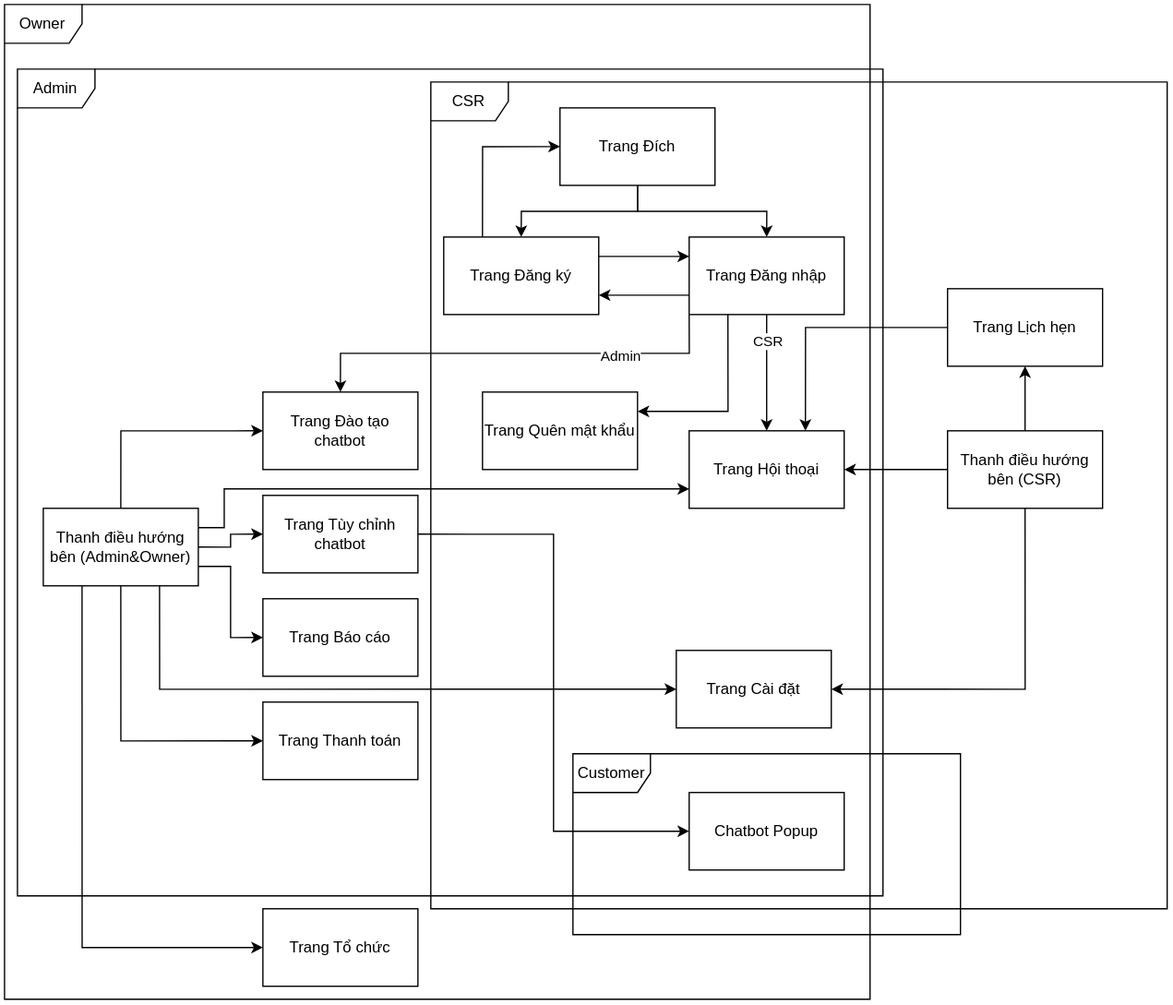
Above: Figma/Screens-Flow-Diagram.svg in DavidNguyen2212/DACN-TN_Chatbot_for_Enterprise (draw.io), before the change. Source tidied: cells renumbered, new cells last; positions are measured from the earlier drawing's top-left corner, leaving out a move shared by most shapes.
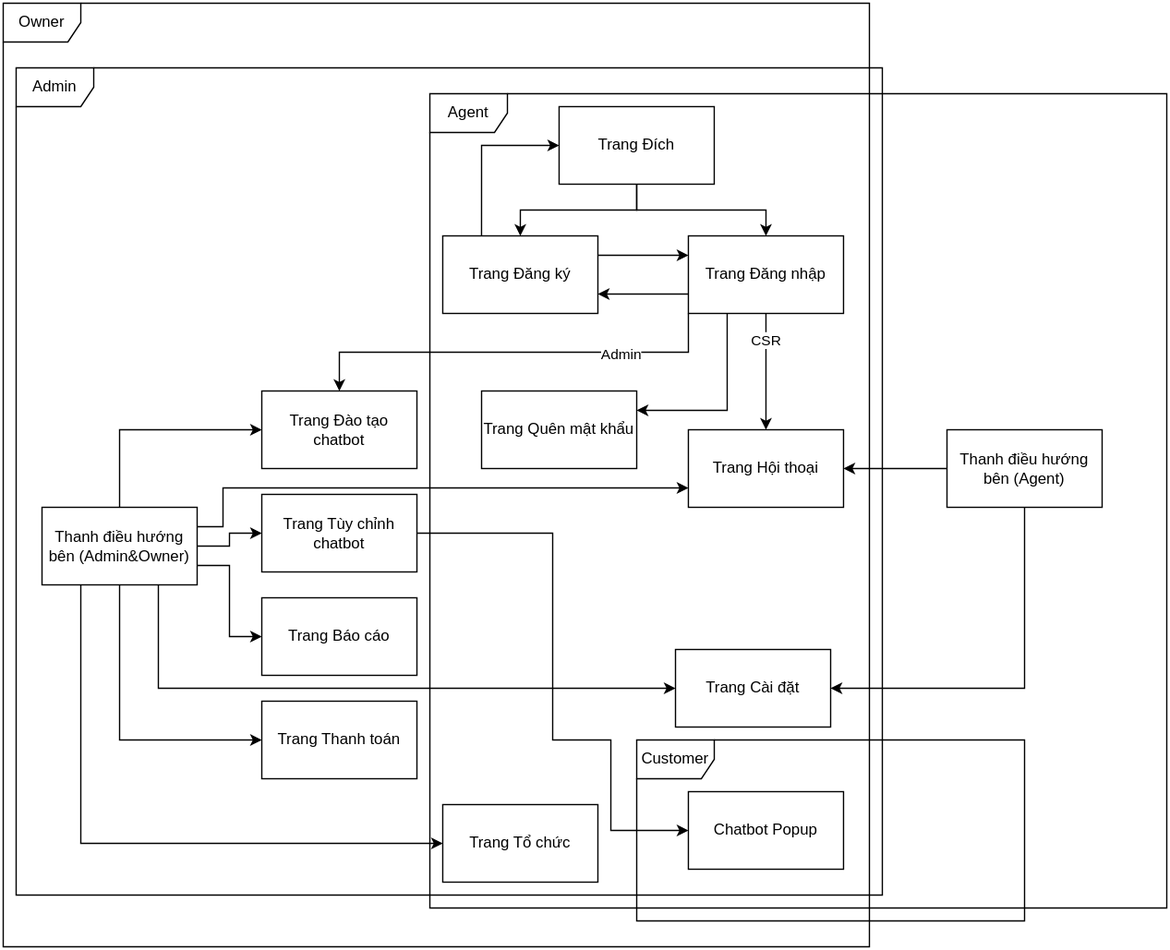
The same file after the commit.

What changed in the source:
```diff
@@ -1,92 +1,93 @@
 <mxGraphModel>
   <root>
-    <mxCell id="0" />
-    <mxCell id="1" parent="0" />
+    <mxCell id="43" />
+    <mxCell id="44" parent="43" />
-    <mxCell id="2" style="edgeStyle=orthogonalEdgeStyle;rounded=0;jettySize=auto;html=1;exitX=0.5;exitY=1;exitDx=0;exitDy=0;entryX=0.5;entryY=0;entryDx=0;entryDy=0;" parent="1" edge="1" source="4" target="14">
+    <mxCell id="2" style="edgeStyle=orthogonalEdgeStyle;rounded=0;jettySize=auto;html=1;exitX=0.5;exitY=1;exitDx=0;exitDy=0;entryX=0.5;entryY=0;entryDx=0;entryDy=0;" parent="44" edge="1" source="4" target="14">
       <mxGeometry relative="1" as="geometry" />
     </mxCell>
-    <mxCell id="3" style="edgeStyle=orthogonalEdgeStyle;rounded=0;jettySize=auto;html=1;entryX=0.5;entryY=0;entryDx=0;entryDy=0;" parent="1" edge="1" source="4" target="11">
+    <mxCell id="3" style="edgeStyle=orthogonalEdgeStyle;rounded=0;jettySize=auto;html=1;entryX=0.5;entryY=0;entryDx=0;entryDy=0;" parent="44" edge="1" source="4" target="11">
       <mxGeometry relative="1" as="geometry" />
     </mxCell>
-    <mxCell id="4" value="Trang Đích" style="rounded=0;whiteSpace=wrap;html=1;" parent="1" vertex="1">
+    <mxCell id="4" value="Trang Đích" style="rounded=0;whiteSpace=wrap;html=1;" parent="44" vertex="1">
       <mxGeometry x="430" y="80" width="120" height="60" as="geometry" />
     </mxCell>
-    <mxCell id="5" style="edgeStyle=orthogonalEdgeStyle;rounded=0;jettySize=auto;html=1;exitX=0;exitY=0.75;exitDx=0;exitDy=0;entryX=1;entryY=0.75;entryDx=0;entryDy=0;" parent="1" edge="1" source="11" target="14">
+    <mxCell id="5" style="edgeStyle=orthogonalEdgeStyle;rounded=0;jettySize=auto;html=1;exitX=0;exitY=0.75;exitDx=0;exitDy=0;entryX=1;entryY=0.75;entryDx=0;entryDy=0;" parent="44" edge="1" source="11" target="14">
       <mxGeometry relative="1" as="geometry" />
     </mxCell>
-    <mxCell id="6" style="edgeStyle=orthogonalEdgeStyle;rounded=0;jettySize=auto;html=1;exitX=0.5;exitY=1;exitDx=0;exitDy=0;entryX=0.5;entryY=0;entryDx=0;entryDy=0;" parent="1" edge="1" source="11" target="15">
+    <mxCell id="6" style="edgeStyle=orthogonalEdgeStyle;rounded=0;jettySize=auto;html=1;exitX=0.5;exitY=1;exitDx=0;exitDy=0;entryX=0.5;entryY=0;entryDx=0;entryDy=0;" parent="44" edge="1" source="11" target="15">
       <mxGeometry relative="1" as="geometry" />
     </mxCell>
     <mxCell id="7" value="CSR" style="edgeLabel;html=1;align=center;verticalAlign=middle;" parent="6" vertex="1">
       <mxGeometry x="-0.57" relative="1" as="geometry" />
     </mxCell>
-    <mxCell id="8" style="edgeStyle=orthogonalEdgeStyle;rounded=0;jettySize=auto;html=1;exitX=0;exitY=1;exitDx=0;exitDy=0;entryX=0.5;entryY=0;entryDx=0;entryDy=0;" parent="1" edge="1" source="11" target="21">
+    <mxCell id="8" style="edgeStyle=orthogonalEdgeStyle;rounded=0;jettySize=auto;html=1;exitX=0;exitY=1;exitDx=0;exitDy=0;entryX=0.5;entryY=0;entryDx=0;entryDy=0;" parent="44" edge="1" source="11" target="21">
       <mxGeometry relative="1" as="geometry" />
     </mxCell>
     <mxCell id="9" value="Admin" style="edgeLabel;html=1;align=center;verticalAlign=middle;" parent="8" vertex="1">
       <mxGeometry x="-0.49" y="1" relative="1" as="geometry" />
     </mxCell>
-    <mxCell id="10" style="edgeStyle=orthogonalEdgeStyle;rounded=0;jettySize=auto;html=1;exitX=0.25;exitY=1;exitDx=0;exitDy=0;entryX=1;entryY=0.25;entryDx=0;entryDy=0;" parent="1" edge="1" source="11" target="42">
+    <mxCell id="10" style="edgeStyle=orthogonalEdgeStyle;rounded=0;jettySize=auto;html=1;exitX=0.25;exitY=1;exitDx=0;exitDy=0;entryX=1;entryY=0.25;entryDx=0;entryDy=0;" parent="44" edge="1" source="11" target="42">
       <mxGeometry relative="1" as="geometry" />
     </mxCell>
-    <mxCell id="11" value="Trang Đăng nhập" style="rounded=0;whiteSpace=wrap;html=1;" parent="1" vertex="1">
+    <mxCell id="11" value="Trang Đăng nhập" style="rounded=0;whiteSpace=wrap;html=1;" parent="44" vertex="1">
       <mxGeometry x="530" y="180" width="120" height="60" as="geometry" />
     </mxCell>
-    <mxCell id="12" style="edgeStyle=orthogonalEdgeStyle;rounded=0;jettySize=auto;html=1;exitX=1;exitY=0.25;exitDx=0;exitDy=0;entryX=0;entryY=0.25;entryDx=0;entryDy=0;" parent="1" edge="1" source="14" target="11">
+    <mxCell id="12" style="edgeStyle=orthogonalEdgeStyle;rounded=0;jettySize=auto;html=1;exitX=1;exitY=0.25;exitDx=0;exitDy=0;entryX=0;entryY=0.25;entryDx=0;entryDy=0;" parent="44" edge="1" source="14" target="11">
       <mxGeometry relative="1" as="geometry" />
     </mxCell>
-    <mxCell id="13" style="edgeStyle=orthogonalEdgeStyle;rounded=0;jettySize=auto;html=1;exitX=0.25;exitY=0;exitDx=0;exitDy=0;entryX=0;entryY=0.5;entryDx=0;entryDy=0;" parent="1" edge="1" source="14" target="4">
+    <mxCell id="13" style="edgeStyle=orthogonalEdgeStyle;rounded=0;jettySize=auto;html=1;exitX=0.25;exitY=0;exitDx=0;exitDy=0;entryX=0;entryY=0.5;entryDx=0;entryDy=0;" parent="44" edge="1" source="14" target="4">
       <mxGeometry relative="1" as="geometry" />
     </mxCell>
-    <mxCell id="14" value="Trang Đăng ký" style="rounded=0;whiteSpace=wrap;html=1;" parent="1" vertex="1">
+    <mxCell id="14" value="Trang Đăng ký" style="rounded=0;whiteSpace=wrap;html=1;" parent="44" vertex="1">
       <mxGeometry x="340" y="180" width="120" height="60" as="geometry" />
     </mxCell>
-    <mxCell id="15" value="Trang Hội thoại" style="rounded=0;whiteSpace=wrap;html=1;" parent="1" vertex="1">
+    <mxCell id="15" value="Trang Hội thoại" style="rounded=0;whiteSpace=wrap;html=1;" parent="44" vertex="1">
       <mxGeometry x="530" y="330" width="120" height="60" as="geometry" />
     </mxCell>
-    <mxCell id="16" value="Trang Báo cáo" style="rounded=0;whiteSpace=wrap;html=1;" parent="1" vertex="1">
+    <mxCell id="16" value="Trang Báo cáo" style="rounded=0;whiteSpace=wrap;html=1;" parent="44" vertex="1">
       <mxGeometry x="200" y="460" width="120" height="60" as="geometry" />
     </mxCell>
-    <mxCell id="17" value="Trang Thanh toán" style="rounded=0;whiteSpace=wrap;html=1;" parent="1" vertex="1">
+    <mxCell id="17" value="Trang Thanh toán" style="rounded=0;whiteSpace=wrap;html=1;" parent="44" vertex="1">
       <mxGeometry x="200" y="540" width="120" height="60" as="geometry" />
     </mxCell>
-    <mxCell id="18" style="edgeStyle=orthogonalEdgeStyle;rounded=0;jettySize=auto;html=1;exitX=0;exitY=0.5;exitDx=0;exitDy=0;entryX=0.75;entryY=0;entryDx=0;entryDy=0;" parent="1" edge="1" source="19" target="15">
-      <mxGeometry relative="1" as="geometry" />
-    </mxCell>
-    <mxCell id="19" value="Trang Lịch hẹn" style="rounded=0;whiteSpace=wrap;html=1;" parent="1" vertex="1">
-      <mxGeometry x="730" y="220" width="120" height="60" as="geometry" />
-    </mxCell>
-    <mxCell id="20" value="Chatbot Popup" style="rounded=0;whiteSpace=wrap;html=1;" parent="1" vertex="1">
+    <mxCell id="20" value="Chatbot Popup" style="rounded=0;whiteSpace=wrap;html=1;" parent="44" vertex="1">
       <mxGeometry x="530" y="610" width="120" height="60" as="geometry" />
     </mxCell>
-    <mxCell id="21" value="Trang Đào tạo chatbot" style="rounded=0;whiteSpace=wrap;html=1;" parent="1" vertex="1">
+    <mxCell id="21" value="Trang Đào tạo chatbot" style="rounded=0;whiteSpace=wrap;html=1;" parent="44" vertex="1">
       <mxGeometry x="200" y="300" width="120" height="60" as="geometry" />
     </mxCell>
-    <mxCell id="22" style="edgeStyle=orthogonalEdgeStyle;rounded=0;jettySize=auto;html=1;exitX=1;exitY=0.5;exitDx=0;exitDy=0;entryX=0;entryY=0.5;entryDx=0;entryDy=0;" parent="1" edge="1" source="23" target="20">
-      <mxGeometry relative="1" as="geometry" />
+    <mxCell id="22" style="edgeStyle=orthogonalEdgeStyle;rounded=0;jettySize=auto;html=1;exitX=1;exitY=0.5;exitDx=0;exitDy=0;entryX=0;entryY=0.5;entryDx=0;entryDy=0;" parent="44" edge="1" source="23" target="20">
+      <mxGeometry relative="1" as="geometry">
+        <Array as="points">
+          <mxPoint x="425" y="410" />
+          <mxPoint x="425" y="570" />
+          <mxPoint x="470" y="570" />
+          <mxPoint x="470" y="640" />
+        </Array>
+      </mxGeometry>
     </mxCell>
-    <mxCell id="23" value="Trang Tùy chỉnh chatbot" style="rounded=0;whiteSpace=wrap;html=1;" parent="1" vertex="1">
+    <mxCell id="23" value="Trang Tùy chỉnh chatbot" style="rounded=0;whiteSpace=wrap;html=1;" parent="44" vertex="1">
       <mxGeometry x="200" y="380" width="120" height="60" as="geometry" />
     </mxCell>
-    <mxCell id="24" value="Trang Cài đặt" style="rounded=0;whiteSpace=wrap;html=1;" parent="1" vertex="1">
+    <mxCell id="24" value="Trang Cài đặt" style="rounded=0;whiteSpace=wrap;html=1;" parent="44" vertex="1">
       <mxGeometry x="520" y="500" width="120" height="60" as="geometry" />
     </mxCell>
-    <mxCell id="25" style="edgeStyle=orthogonalEdgeStyle;rounded=0;jettySize=auto;html=1;exitX=0.5;exitY=0;exitDx=0;exitDy=0;entryX=0;entryY=0.5;entryDx=0;entryDy=0;" parent="1" edge="1" source="32" target="21">
+    <mxCell id="25" style="edgeStyle=orthogonalEdgeStyle;rounded=0;jettySize=auto;html=1;exitX=0.5;exitY=0;exitDx=0;exitDy=0;entryX=0;entryY=0.5;entryDx=0;entryDy=0;" parent="44" edge="1" source="32" target="21">
       <mxGeometry relative="1" as="geometry" />
     </mxCell>
-    <mxCell id="26" style="edgeStyle=orthogonalEdgeStyle;rounded=0;jettySize=auto;html=1;exitX=1;exitY=0.5;exitDx=0;exitDy=0;entryX=0;entryY=0.5;entryDx=0;entryDy=0;" parent="1" edge="1" source="32" target="23">
+    <mxCell id="26" style="edgeStyle=orthogonalEdgeStyle;rounded=0;jettySize=auto;html=1;exitX=1;exitY=0.5;exitDx=0;exitDy=0;entryX=0;entryY=0.5;entryDx=0;entryDy=0;" parent="44" edge="1" source="32" target="23">
       <mxGeometry relative="1" as="geometry" />
     </mxCell>
-    <mxCell id="27" style="edgeStyle=orthogonalEdgeStyle;rounded=0;jettySize=auto;html=1;exitX=1;exitY=0.75;exitDx=0;exitDy=0;entryX=0;entryY=0.5;entryDx=0;entryDy=0;" parent="1" edge="1" source="32" target="16">
+    <mxCell id="27" style="edgeStyle=orthogonalEdgeStyle;rounded=0;jettySize=auto;html=1;exitX=1;exitY=0.75;exitDx=0;exitDy=0;entryX=0;entryY=0.5;entryDx=0;entryDy=0;" parent="44" edge="1" source="32" target="16">
       <mxGeometry relative="1" as="geometry" />
     </mxCell>
-    <mxCell id="28" style="edgeStyle=orthogonalEdgeStyle;rounded=0;jettySize=auto;html=1;exitX=0.5;exitY=1;exitDx=0;exitDy=0;entryX=0;entryY=0.5;entryDx=0;entryDy=0;" parent="1" edge="1" source="32" target="17">
+    <mxCell id="28" style="edgeStyle=orthogonalEdgeStyle;rounded=0;jettySize=auto;html=1;exitX=0.5;exitY=1;exitDx=0;exitDy=0;entryX=0;entryY=0.5;entryDx=0;entryDy=0;" parent="44" edge="1" source="32" target="17">
       <mxGeometry relative="1" as="geometry" />
     </mxCell>
-    <mxCell id="29" style="edgeStyle=orthogonalEdgeStyle;rounded=0;jettySize=auto;html=1;exitX=0.75;exitY=1;exitDx=0;exitDy=0;entryX=0;entryY=0.5;entryDx=0;entryDy=0;" parent="1" edge="1" source="32" target="24">
+    <mxCell id="29" style="edgeStyle=orthogonalEdgeStyle;rounded=0;jettySize=auto;html=1;exitX=0.75;exitY=1;exitDx=0;exitDy=0;entryX=0;entryY=0.5;entryDx=0;entryDy=0;" parent="44" edge="1" source="32" target="24">
       <mxGeometry relative="1" as="geometry" />
     </mxCell>
-    <mxCell id="30" style="edgeStyle=orthogonalEdgeStyle;rounded=0;jettySize=auto;html=1;exitX=1;exitY=0.25;exitDx=0;exitDy=0;entryX=0;entryY=0.75;entryDx=0;entryDy=0;" parent="1" edge="1" source="32" target="15">
+    <mxCell id="30" style="edgeStyle=orthogonalEdgeStyle;rounded=0;jettySize=auto;html=1;exitX=1;exitY=0.25;exitDx=0;exitDy=0;entryX=0;entryY=0.75;entryDx=0;entryDy=0;" parent="44" edge="1" source="32" target="15">
       <mxGeometry relative="1" as="geometry">
         <Array as="points">
           <mxPoint x="170" y="405" />
@@ -94,44 +95,41 @@
         </Array>
       </mxGeometry>
     </mxCell>
-    <mxCell id="31" style="edgeStyle=orthogonalEdgeStyle;rounded=0;jettySize=auto;html=1;exitX=0.25;exitY=1;exitDx=0;exitDy=0;entryX=0;entryY=0.5;entryDx=0;entryDy=0;" parent="1" edge="1" source="32" target="41">
+    <mxCell id="31" style="edgeStyle=orthogonalEdgeStyle;rounded=0;jettySize=auto;html=1;exitX=0.25;exitY=1;exitDx=0;exitDy=0;entryX=0;entryY=0.5;entryDx=0;entryDy=0;" parent="44" edge="1" source="32" target="41">
       <mxGeometry relative="1" as="geometry" />
     </mxCell>
-    <mxCell id="32" value="Thanh điều hướng bên (Admin&amp;amp;Owner)" style="rounded=0;whiteSpace=wrap;html=1;" parent="1" vertex="1">
+    <mxCell id="32" value="Thanh điều hướng bên (Admin&amp;amp;Owner)" style="rounded=0;whiteSpace=wrap;html=1;" parent="44" vertex="1">
       <mxGeometry x="30" y="390" width="120" height="60" as="geometry" />
     </mxCell>
-    <mxCell id="33" style="edgeStyle=orthogonalEdgeStyle;rounded=0;jettySize=auto;html=1;exitX=0;exitY=0.5;exitDx=0;exitDy=0;entryX=1;entryY=0.5;entryDx=0;entryDy=0;" parent="1" edge="1" source="36" target="15">
-      <mxGeometry relative="1" as="geometry" />
-    </mxCell>
-    <mxCell id="34" style="edgeStyle=orthogonalEdgeStyle;rounded=0;jettySize=auto;html=1;exitX=0.5;exitY=1;exitDx=0;exitDy=0;entryX=1;entryY=0.5;entryDx=0;entryDy=0;" parent="1" edge="1" source="36" target="24">
-      <mxGeometry relative="1" as="geometry">
-        <Array as="points">
-          <mxPoint x="790" y="530" />
-        </Array>
-      </mxGeometry>
-    </mxCell>
-    <mxCell id="35" style="edgeStyle=orthogonalEdgeStyle;rounded=0;jettySize=auto;html=1;exitX=0.5;exitY=0;exitDx=0;exitDy=0;entryX=0.5;entryY=1;entryDx=0;entryDy=0;" parent="1" edge="1" source="36" target="19">
-      <mxGeometry relative="1" as="geometry" />
-    </mxCell>
-    <mxCell id="36" value="Thanh điều hướng bên (CSR)" style="rounded=0;whiteSpace=wrap;html=1;" parent="1" vertex="1">
-      <mxGeometry x="730" y="330" width="120" height="60" as="geometry" />
-    </mxCell>
+    <mxCell id="45" style="edgeStyle=orthogonalEdgeStyle;rounded=0;jettySize=auto;html=1;exitX=0;exitY=0.5;exitDx=0;exitDy=0;entryX=1;entryY=0.5;entryDx=0;entryDy=0;" parent="44" edge="1" source="47" target="15">
+      <mxGeometry relative="1" as="geometry" />
+    </mxCell>
+    <mxCell id="46" style="edgeStyle=orthogonalEdgeStyle;rounded=0;jettySize=auto;html=1;exitX=0.5;exitY=1;exitDx=0;exitDy=0;entryX=1;entryY=0.5;entryDx=0;entryDy=0;" parent="44" edge="1" source="47" target="24">
+      <mxGeometry relative="1" as="geometry">
+        <Array as="points">
+          <mxPoint x="790" y="530" />
+        </Array>
+      </mxGeometry>
+    </mxCell>
+    <mxCell id="47" value="Thanh điều hướng bên (Agent)" style="rounded=0;whiteSpace=wrap;html=1;" parent="44" vertex="1">
+      <mxGeometry x="730" y="330" width="120" height="60" as="geometry" />
+    </mxCell>
-    <mxCell id="37" value="Admin" style="shape=umlFrame;whiteSpace=wrap;html=1;" parent="1" vertex="1">
+    <mxCell id="37" value="Admin" style="shape=umlFrame;whiteSpace=wrap;html=1;" parent="44" vertex="1">
       <mxGeometry x="10" y="50" width="670" height="640" as="geometry" />
     </mxCell>
-    <mxCell id="38" value="CSR" style="shape=umlFrame;whiteSpace=wrap;html=1;" parent="1" vertex="1">
-      <mxGeometry x="330" y="60" width="570" height="640" as="geometry" />
-    </mxCell>
+    <mxCell id="48" value="Agent" style="shape=umlFrame;whiteSpace=wrap;html=1;" parent="44" vertex="1">
+      <mxGeometry x="330" y="70" width="570" height="630" as="geometry" />
+    </mxCell>
-    <mxCell id="39" value="Customer" style="shape=umlFrame;whiteSpace=wrap;html=1;" parent="1" vertex="1">
-      <mxGeometry x="440" y="580" width="300" height="140" as="geometry" />
+    <mxCell id="39" value="Customer" style="shape=umlFrame;whiteSpace=wrap;html=1;" parent="44" vertex="1">
+      <mxGeometry x="490" y="570" width="300" height="140" as="geometry" />
     </mxCell>
-    <mxCell id="40" value="Owner" style="shape=umlFrame;whiteSpace=wrap;html=1;" parent="1" vertex="1">
-      <mxGeometry width="670" height="770" as="geometry" />
+    <mxCell id="40" value="Owner" style="shape=umlFrame;whiteSpace=wrap;html=1;" parent="44" vertex="1">
+      <mxGeometry width="670" height="730" as="geometry" />
     </mxCell>
-    <mxCell id="41" value="Trang Tổ chức" style="rounded=0;whiteSpace=wrap;html=1;" parent="1" vertex="1">
-      <mxGeometry x="200" y="700" width="120" height="60" as="geometry" />
+    <mxCell id="41" value="Trang Tổ chức" style="rounded=0;whiteSpace=wrap;html=1;" parent="44" vertex="1">
+      <mxGeometry x="340" y="620" width="120" height="60" as="geometry" />
     </mxCell>
-    <mxCell id="42" value="Trang Quên mật khẩu" style="rounded=0;whiteSpace=wrap;html=1;" parent="1" vertex="1">
+    <mxCell id="42" value="Trang Quên mật khẩu" style="rounded=0;whiteSpace=wrap;html=1;" parent="44" vertex="1">
       <mxGeometry x="370" y="300" width="120" height="60" as="geometry" />
     </mxCell>
   </root>
```
